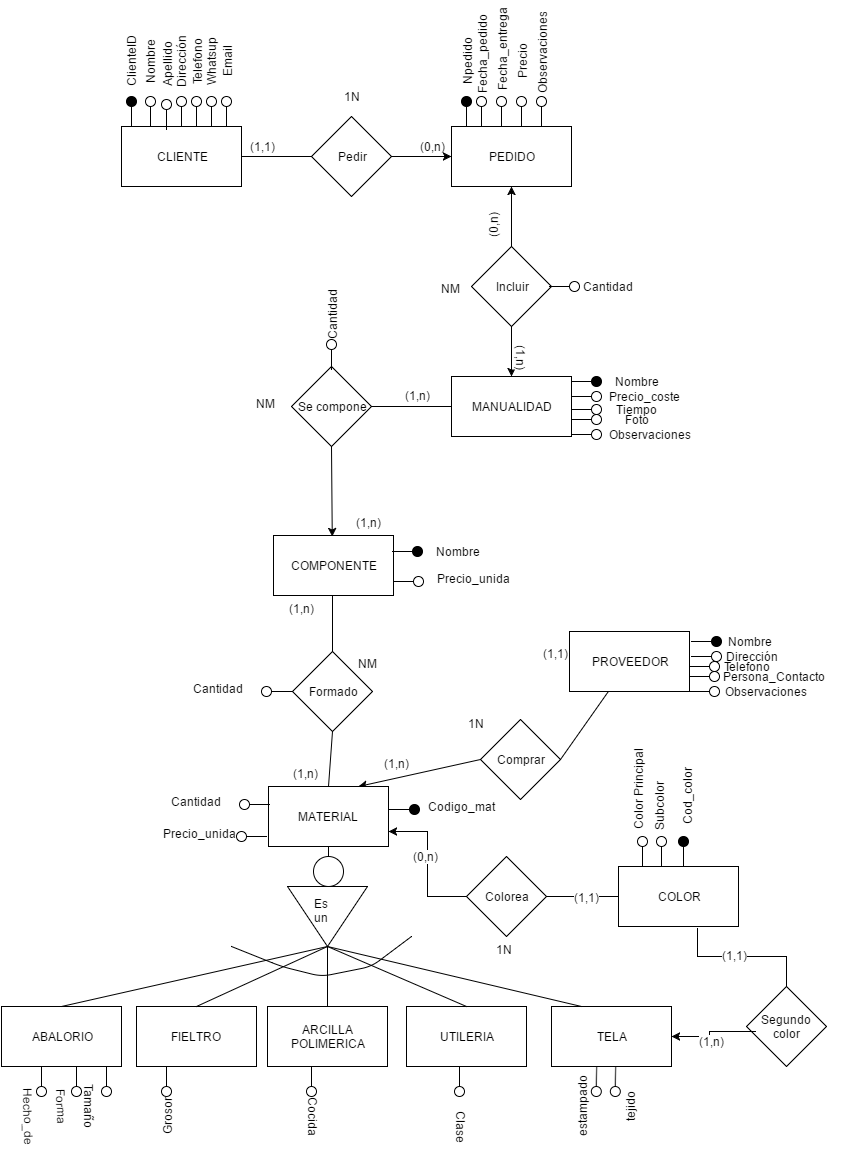
This is desvan de mika.png from jaborfer/proyectobbdd, a draw.io export, as it was before one commit. Source tidied: cells renumbered, new cells last; positions are measured from the earlier drawing's top-left corner, leaving out a move shared by most shapes.
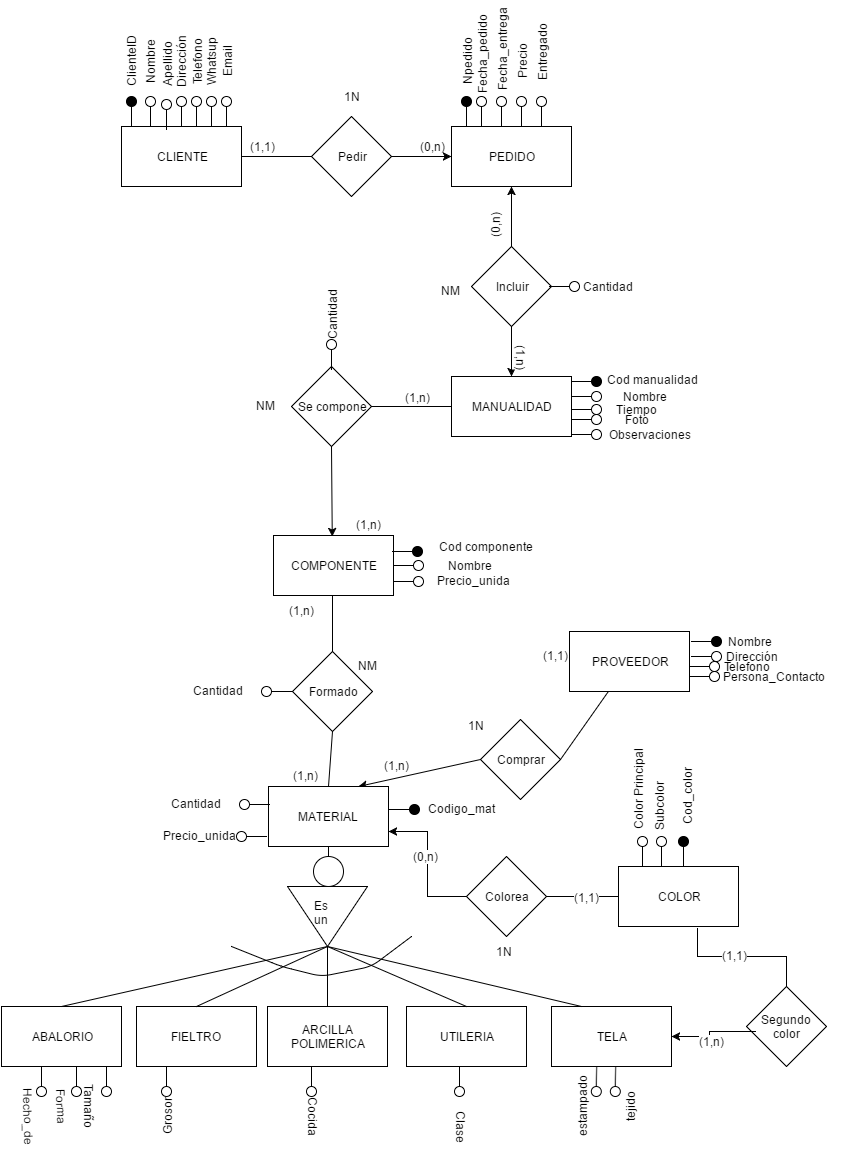
After the commit.

What changed in the source:
```diff
@@ -115,10 +115,10 @@
     <mxCell id="38" style="shape=lollipop;direction=south;html=1;fillColor=#000000;rotation=0;" parent="1" vertex="1">
       <mxGeometry x="590" y="337" width="30" height="10" as="geometry" />
     </mxCell>
-    <mxCell id="39" value="Nombre" style="text;html=1;strokeColor=none;fillColor=none;align=center;verticalAlign=middle;whiteSpace=wrap;overflow=hidden;rotation=0;" parent="1" vertex="1">
-      <mxGeometry x="620" y="332" width="70" height="20" as="geometry" />
+    <mxCell id="39" value="Cod manualidad&lt;div&gt;&lt;br&gt;&lt;/div&gt;" style="text;html=1;strokeColor=none;fillColor=none;align=center;verticalAlign=middle;whiteSpace=wrap;overflow=hidden;rotation=0;" parent="1" vertex="1">
+      <mxGeometry x="620" y="332" width="100" height="20" as="geometry" />
     </mxCell>
-    <mxCell id="40" value="Precio_coste" style="text;html=1;strokeColor=none;fillColor=none;align=center;verticalAlign=middle;whiteSpace=wrap;overflow=hidden;rotation=0;" parent="1" vertex="1">
+    <mxCell id="40" value="Nombre" style="text;html=1;strokeColor=none;fillColor=none;align=center;verticalAlign=middle;whiteSpace=wrap;overflow=hidden;rotation=0;" parent="1" vertex="1">
       <mxGeometry x="620" y="347" width="85" height="20" as="geometry" />
     </mxCell>
     <mxCell id="41" style="shape=lollipop;direction=south;html=1;fillColor=none;rotation=0;" parent="1" vertex="1">
@@ -142,7 +142,7 @@
     <mxCell id="47" value="Observaciones" style="text;html=1;strokeColor=none;fillColor=none;align=center;verticalAlign=middle;whiteSpace=wrap;overflow=hidden;rotation=0;" parent="1" vertex="1">
       <mxGeometry x="620" y="385" width="95" height="20" as="geometry" />
     </mxCell>
-    <mxCell id="48" value="Observaciones" style="text;html=1;strokeColor=none;fillColor=none;align=center;verticalAlign=middle;whiteSpace=wrap;overflow=hidden;rotation=-90;" parent="1" vertex="1">
+    <mxCell id="48" value="Entregado" style="text;html=1;strokeColor=none;fillColor=none;align=center;verticalAlign=middle;whiteSpace=wrap;overflow=hidden;rotation=-90;" parent="1" vertex="1">
       <mxGeometry x="518" y="3" width="85" height="20" as="geometry" />
     </mxCell>
     <mxCell id="49" style="shape=lollipop;direction=south;html=1;fillColor=none;rotation=-90;" parent="1" vertex="1">
@@ -272,12 +272,6 @@
     <mxCell id="88" value="Persona_Contacto" style="text;html=1;strokeColor=none;fillColor=none;align=center;verticalAlign=middle;whiteSpace=wrap;overflow=hidden;rotation=0;" parent="1" vertex="1">
       <mxGeometry x="717" y="627" width="150" height="20" as="geometry" />
     </mxCell>
-    <mxCell id="89" style="shape=lollipop;direction=south;html=1;fillColor=none;" parent="1" vertex="1">
-      <mxGeometry x="708" y="647" width="30" height="10" as="geometry" />
-    </mxCell>
-    <mxCell id="90" value="Observaciones" style="text;html=1;strokeColor=none;fillColor=none;align=center;verticalAlign=middle;whiteSpace=wrap;overflow=hidden;" parent="1" vertex="1">
-      <mxGeometry x="740" y="642" width="87" height="20" as="geometry" />
-    </mxCell>
     <mxCell id="91" value="(1,1)" style="text;html=1;align=left;verticalAlign=top;spacingTop=-4;" parent="1" vertex="1">
       <mxGeometry x="560" y="607" width="40" height="20" as="geometry" />
     </mxCell>
@@ -400,7 +394,7 @@
       </mxGeometry>
     </mxCell>
     <mxCell id="127" value="Nombre" style="text;html=1;strokeColor=none;fillColor=none;align=center;verticalAlign=middle;whiteSpace=wrap;overflow=hidden;rotation=0;" parent="1" vertex="1">
-      <mxGeometry x="441" y="502" width="70" height="20" as="geometry" />
+      <mxGeometry x="453" y="516" width="70" height="20" as="geometry" />
     </mxCell>
     <mxCell id="128" style="shape=lollipop;direction=south;html=1;fillColor=#000000;rotation=0;" parent="1" vertex="1">
       <mxGeometry x="411" y="507" width="30" height="10" as="geometry" />
@@ -473,5 +467,11 @@
     <mxCell id="150" value="Segundo color" style="rhombus;whiteSpace=wrap;html=1;fillColor=none;" parent="1" vertex="1">
       <mxGeometry x="765" y="947" width="80" height="80" as="geometry" />
     </mxCell>
+    <mxCell id="151" style="shape=lollipop;direction=south;html=1;fillColor=none;" parent="1" vertex="1">
+      <mxGeometry x="412" y="521" width="30" height="10" as="geometry" />
+    </mxCell>
+    <mxCell id="152" value="Cod componente" style="text;html=1;strokeColor=none;fillColor=none;align=center;verticalAlign=middle;whiteSpace=wrap;overflow=hidden;rotation=0;" parent="1" vertex="1">
+      <mxGeometry x="454" y="497" width="100" height="20" as="geometry" />
+    </mxCell>
   </root>
 </mxGraphModel>
```
